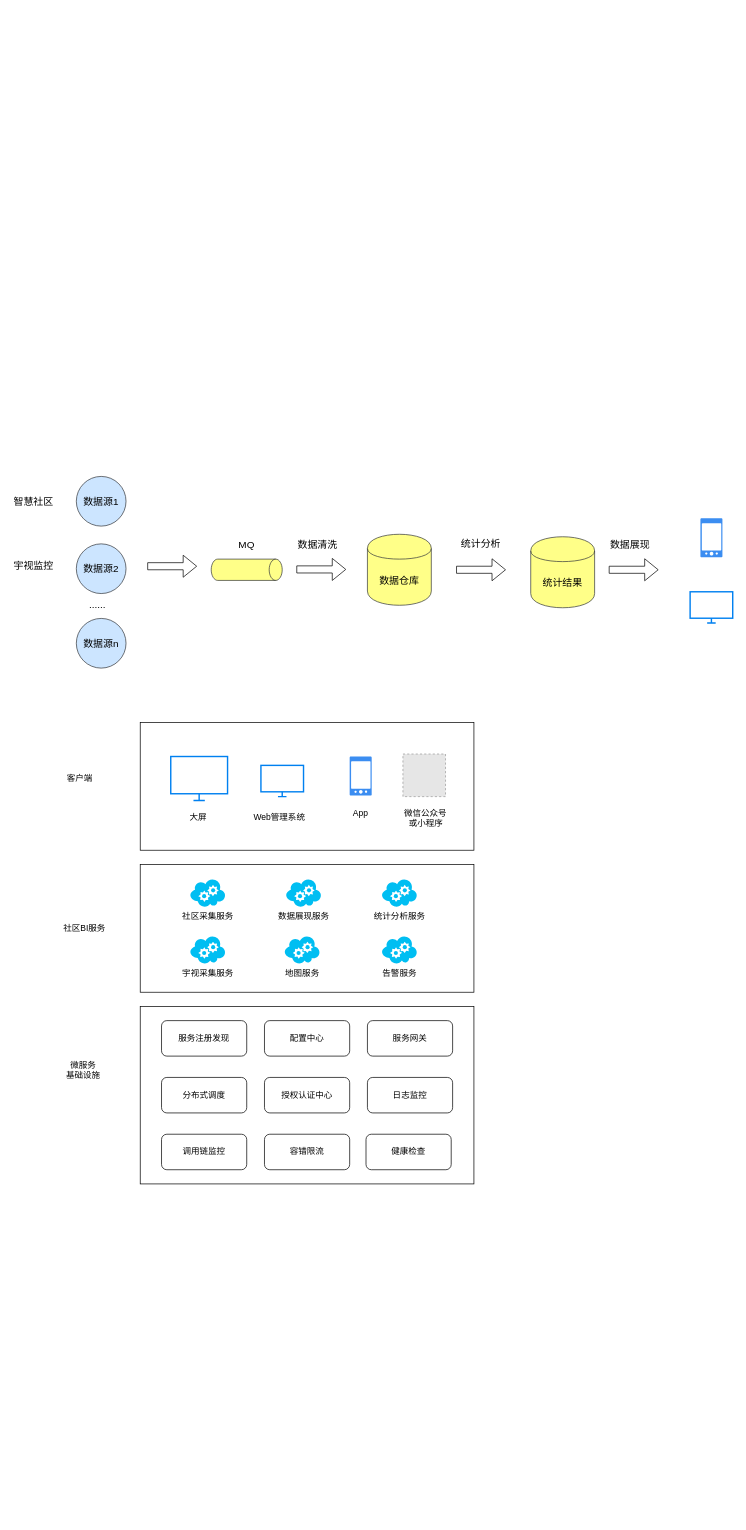
This is page "Page-2" (2 of 2) of gongan.drawio from jeffmacn/myjava, a draw.io file, before an edit. Source tidied: cells renumbered, new cells numbered last; positions are measured from the earlier drawing's top-left corner, leaving out a move shared by most shapes. Both pictures are drawn from the tidied source at 71%, with x=0, y=0 at pixel (12, 476). Pictures stored in the file or linked from it are replaced by grey dashed boxes.
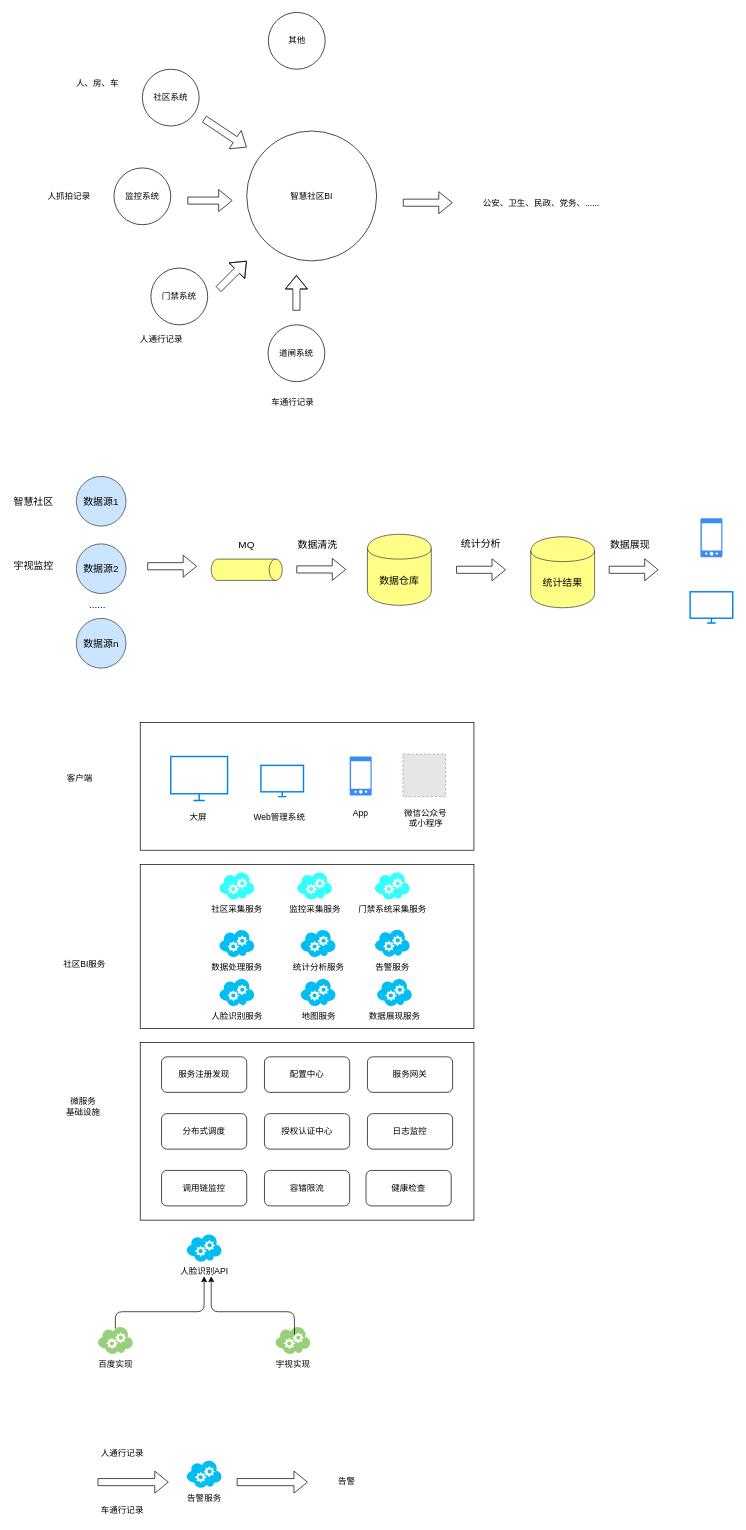
The same page after the edit.

Diff of the diagram source:
```diff
@@
     <mxCell id="2" style="rounded=0;whiteSpace=wrap;html=1;" parent="1" vertex="1">
-      <mxGeometry x="180" y="546" width="470" height="180" as="geometry" />
+      <mxGeometry x="180" y="546" width="470" height="231" as="geometry" />
     </mxCell>
@@
     <mxCell id="22" value="统计分析服务" style="verticalLabelPosition=bottom;html=1;verticalAlign=top;align=center;strokeColor=none;fillColor=#00BEF2;shape=mxgraph.azure.cloud_service;" parent="1" vertex="1">
-      <mxGeometry x="520" y="566" width="50" height="40" as="geometry" />
+      <mxGeometry x="405.5" y="637" width="50" height="40" as="geometry" />
     </mxCell>
-    <mxCell id="23" value="宇视采集服务" style="verticalLabelPosition=bottom;html=1;verticalAlign=top;align=center;strokeColor=none;fillColor=#00BEF2;shape=mxgraph.azure.cloud_service;" parent="1" vertex="1">
-      <mxGeometry x="250" y="646" width="50" height="40" as="geometry" />
+    <mxCell id="23" value="人脸识别服务" style="verticalLabelPosition=bottom;html=1;verticalAlign=top;align=center;strokeColor=none;fillColor=#00BEF2;shape=mxgraph.azure.cloud_service;" parent="1" vertex="1">
+      <mxGeometry x="291" y="706" width="50" height="40" as="geometry" />
     </mxCell>
     <mxCell id="24" value="数据展现服务&lt;br&gt;" style="verticalLabelPosition=bottom;html=1;verticalAlign=top;align=center;strokeColor=none;fillColor=#00BEF2;shape=mxgraph.azure.cloud_service;" parent="1" vertex="1">
-      <mxGeometry x="385" y="566" width="50" height="40" as="geometry" />
+      <mxGeometry x="513" y="706" width="50" height="40" as="geometry" />
     </mxCell>
     <mxCell id="25" value="告警服务" style="verticalLabelPosition=bottom;html=1;verticalAlign=top;align=center;strokeColor=none;fillColor=#00BEF2;shape=mxgraph.azure.cloud_service;" parent="1" vertex="1">
-      <mxGeometry x="520" y="646" width="50" height="40" as="geometry" />
+      <mxGeometry x="510" y="636.5" width="50" height="40" as="geometry" />
     </mxCell>
-    <mxCell id="26" value="社区采集服务" style="verticalLabelPosition=bottom;html=1;verticalAlign=top;align=center;strokeColor=none;fillColor=#00BEF2;shape=mxgraph.azure.cloud_service;" parent="1" vertex="1">
-      <mxGeometry x="250" y="566" width="50" height="40" as="geometry" />
+    <mxCell id="26" value="监控采集服务" style="verticalLabelPosition=bottom;html=1;verticalAlign=top;align=center;strokeColor=none;fillColor=#33FFFF;shape=mxgraph.azure.cloud_service;" parent="1" vertex="1">
+      <mxGeometry x="400.5" y="556" width="50" height="40" as="geometry" />
     </mxCell>
     <mxCell id="27" style="rounded=0;whiteSpace=wrap;html=1;" parent="1" vertex="1">
-      <mxGeometry x="180" y="746" width="470" height="250" as="geometry" />
+      <mxGeometry x="180" y="797" width="470" height="250" as="geometry" />
     </mxCell>
     <mxCell id="28" value="微服务&lt;br&gt;基础设施" style="text;html=1;strokeColor=none;fillColor=none;align=center;verticalAlign=middle;whiteSpace=wrap;rounded=0;" parent="1" vertex="1">
-      <mxGeometry x="60" y="826" width="80" height="20" as="geometry" />
+      <mxGeometry x="60" y="877" width="80" height="20" as="geometry" />
     </mxCell>
     <mxCell id="29" value="分布式调度" style="rounded=1;whiteSpace=wrap;html=1;" parent="1" vertex="1">
-      <mxGeometry x="210" y="846" width="120" height="50" as="geometry" />
+      <mxGeometry x="210" y="897" width="120" height="50" as="geometry" />
     </mxCell>
     <mxCell id="30" value="服务注册发现" style="rounded=1;whiteSpace=wrap;html=1;" parent="1" vertex="1">
-      <mxGeometry x="210" y="766" width="120" height="50" as="geometry" />
+      <mxGeometry x="210" y="817" width="120" height="50" as="geometry" />
     </mxCell>
     <mxCell id="31" value="配置中心" style="rounded=1;whiteSpace=wrap;html=1;" parent="1" vertex="1">
-      <mxGeometry x="355" y="766" width="120" height="50" as="geometry" />
+      <mxGeometry x="355" y="817" width="120" height="50" as="geometry" />
     </mxCell>
     <mxCell id="32" value="服务网关" style="rounded=1;whiteSpace=wrap;html=1;" parent="1" vertex="1">
-      <mxGeometry x="500" y="766" width="120" height="50" as="geometry" />
+      <mxGeometry x="500" y="817" width="120" height="50" as="geometry" />
     </mxCell>
     <mxCell id="33" value="授权认证中心" style="rounded=1;whiteSpace=wrap;html=1;" parent="1" vertex="1">
-      <mxGeometry x="355" y="846" width="120" height="50" as="geometry" />
+      <mxGeometry x="355" y="897" width="120" height="50" as="geometry" />
     </mxCell>
     <mxCell id="34" value="日志监控" style="rounded=1;whiteSpace=wrap;html=1;" parent="1" vertex="1">
-      <mxGeometry x="500" y="846" width="120" height="50" as="geometry" />
+      <mxGeometry x="500" y="897" width="120" height="50" as="geometry" />
     </mxCell>
     <mxCell id="35" value="社区BI服务" style="text;html=1;align=left;verticalAlign=top;spacingTop=-4;" parent="1" vertex="1">
-      <mxGeometry x="70" y="626" width="70" height="10" as="geometry" />
+      <mxGeometry x="70" y="677" width="70" height="10" as="geometry" />
     </mxCell>
     <mxCell id="36" value="地图服务" style="verticalLabelPosition=bottom;html=1;verticalAlign=top;align=center;strokeColor=none;fillColor=#00BEF2;shape=mxgraph.azure.cloud_service;" parent="1" vertex="1">
-      <mxGeometry x="383" y="646" width="50" height="40" as="geometry" />
+      <mxGeometry x="405.5" y="706" width="50" height="40" as="geometry" />
     </mxCell>
@@
     <mxCell id="47" value="调用链监控" style="rounded=1;whiteSpace=wrap;html=1;" parent="1" vertex="1">
-      <mxGeometry x="210" y="926" width="120" height="50" as="geometry" />
+      <mxGeometry x="210" y="977" width="120" height="50" as="geometry" />
     </mxCell>
     <mxCell id="48" value="容错限流" style="rounded=1;whiteSpace=wrap;html=1;" parent="1" vertex="1">
-      <mxGeometry x="355" y="926" width="120" height="50" as="geometry" />
+      <mxGeometry x="355" y="977" width="120" height="50" as="geometry" />
     </mxCell>
     <mxCell id="49" value="健康检查" style="rounded=1;whiteSpace=wrap;html=1;" parent="1" vertex="1">
-      <mxGeometry x="498" y="926" width="120" height="50" as="geometry" />
+      <mxGeometry x="498" y="977" width="120" height="50" as="geometry" />
     </mxCell>
+    <mxCell id="50" value="智慧社区BI" style="ellipse;whiteSpace=wrap;html=1;" parent="1" vertex="1">
+      <mxGeometry x="330" y="-487" width="183" height="183" as="geometry" />
+    </mxCell>
+    <mxCell id="51" value="社区系统" style="ellipse;whiteSpace=wrap;html=1;" parent="1" vertex="1">
+      <mxGeometry x="183" y="-574" width="80" height="80" as="geometry" />
+    </mxCell>
+    <mxCell id="52" value="监控系统" style="ellipse;whiteSpace=wrap;html=1;" parent="1" vertex="1">
+      <mxGeometry x="143" y="-435" width="80" height="80" as="geometry" />
+    </mxCell>
+    <mxCell id="53" value="门禁系统" style="ellipse;whiteSpace=wrap;html=1;" parent="1" vertex="1">
+      <mxGeometry x="195" y="-294" width="80" height="80" as="geometry" />
+    </mxCell>
+    <mxCell id="54" style="shape=flexArrow;endArrow=classic;html=1;" parent="1" edge="1">
+      <mxGeometry relative="1" as="geometry">
+        <mxPoint x="270" y="-504" as="sourcePoint" />
+        <mxPoint x="330" y="-464" as="targetPoint" />
+      </mxGeometry>
+    </mxCell>
+    <mxCell id="55" style="shape=flexArrow;endArrow=classic;html=1;" parent="1" edge="1">
+      <mxGeometry relative="1" as="geometry">
+        <mxPoint x="246.5" y="-389" as="sourcePoint" />
+        <mxPoint x="310" y="-389" as="targetPoint" />
+      </mxGeometry>
+    </mxCell>
+    <mxCell id="56" style="shape=flexArrow;endArrow=classic;html=1;" parent="1" edge="1">
+      <mxGeometry relative="1" as="geometry">
+        <mxPoint x="290" y="-264" as="sourcePoint" />
+        <mxPoint x="330" y="-304" as="targetPoint" />
+        <Array as="points">
+          <mxPoint x="310" y="-284" />
+        </Array>
+      </mxGeometry>
+    </mxCell>
+    <mxCell id="57" value="人脸识别API" style="verticalLabelPosition=bottom;html=1;verticalAlign=top;align=center;strokeColor=none;fillColor=#00BEF2;shape=mxgraph.azure.cloud_service;" parent="1" vertex="1">
+      <mxGeometry x="245" y="1066" width="50" height="40" as="geometry" />
+    </mxCell>
+    <mxCell id="58" value="百度实现" style="verticalLabelPosition=bottom;html=1;verticalAlign=top;align=center;strokeColor=none;fillColor=#97D077;shape=mxgraph.azure.cloud_service;" parent="1" vertex="1">
+      <mxGeometry x="120" y="1196" width="50" height="40" as="geometry" />
+    </mxCell>
+    <mxCell id="59" value="宇视实现" style="verticalLabelPosition=bottom;html=1;verticalAlign=top;align=center;strokeColor=none;fillColor=#97D077;shape=mxgraph.azure.cloud_service;" parent="1" vertex="1">
+      <mxGeometry x="370" y="1196" width="50" height="40" as="geometry" />
+    </mxCell>
+    <mxCell id="60" value="社区采集服务" style="verticalLabelPosition=bottom;html=1;verticalAlign=top;align=center;strokeColor=none;fillColor=#33FFFF;shape=mxgraph.azure.cloud_service;" parent="1" vertex="1">
+      <mxGeometry x="291" y="556" width="50" height="40" as="geometry" />
+    </mxCell>
+    <mxCell id="61" value="门禁系统采集服务" style="verticalLabelPosition=bottom;html=1;verticalAlign=top;align=center;strokeColor=none;fillColor=#33FFFF;shape=mxgraph.azure.cloud_service;" parent="1" vertex="1">
+      <mxGeometry x="510" y="556" width="50" height="40" as="geometry" />
+    </mxCell>
+    <mxCell id="62" value="数据处理服务" style="verticalLabelPosition=bottom;html=1;verticalAlign=top;align=center;strokeColor=none;fillColor=#00BEF2;shape=mxgraph.azure.cloud_service;" parent="1" vertex="1">
+      <mxGeometry x="291" y="637" width="50" height="40" as="geometry" />
+    </mxCell>
+    <mxCell id="63" value="告警服务" style="verticalLabelPosition=bottom;html=1;verticalAlign=top;align=center;strokeColor=none;fillColor=#00BEF2;shape=mxgraph.azure.cloud_service;" parent="1" vertex="1">
+      <mxGeometry x="245" y="1384.5" width="50" height="40" as="geometry" />
+    </mxCell>
+    <mxCell id="64" value="道闸系统" style="ellipse;whiteSpace=wrap;html=1;" parent="1" vertex="1">
+      <mxGeometry x="360" y="-214" width="80" height="80" as="geometry" />
+    </mxCell>
+    <mxCell id="65" style="shape=flexArrow;endArrow=classic;html=1;" parent="1" edge="1">
+      <mxGeometry relative="1" as="geometry">
+        <mxPoint x="400" y="-234" as="sourcePoint" />
+        <mxPoint x="400" y="-284" as="targetPoint" />
+        <Array as="points">
+          <mxPoint x="400" y="-264" />
+        </Array>
+      </mxGeometry>
+    </mxCell>
+    <mxCell id="66" value="人通行记录" style="text;html=1;strokeColor=none;fillColor=none;align=center;verticalAlign=middle;whiteSpace=wrap;rounded=0;" parent="1" vertex="1">
+      <mxGeometry x="170" y="-204" width="80" height="20" as="geometry" />
+    </mxCell>
+    <mxCell id="67" value="车通行记录" style="text;html=1;strokeColor=none;fillColor=none;align=center;verticalAlign=middle;whiteSpace=wrap;rounded=0;" parent="1" vertex="1">
+      <mxGeometry x="355" y="-114" width="80" height="20" as="geometry" />
+    </mxCell>
+    <mxCell id="68" value="人抓拍记录" style="text;html=1;strokeColor=none;fillColor=none;align=center;verticalAlign=middle;whiteSpace=wrap;rounded=0;" parent="1" vertex="1">
+      <mxGeometry x="40" y="-405.5" width="80" height="20" as="geometry" />
+    </mxCell>
+    <mxCell id="69" value="人、房、车" style="text;html=1;strokeColor=none;fillColor=none;align=center;verticalAlign=middle;whiteSpace=wrap;rounded=0;" parent="1" vertex="1">
+      <mxGeometry x="80" y="-564" width="80" height="20" as="geometry" />
+    </mxCell>
+    <mxCell id="70" value="人通行记录" style="text;html=1;strokeColor=none;fillColor=none;align=center;verticalAlign=middle;whiteSpace=wrap;rounded=0;" parent="1" vertex="1">
+      <mxGeometry x="115" y="1364.5" width="80" height="20" as="geometry" />
+    </mxCell>
+    <mxCell id="71" style="shape=flexArrow;endArrow=classic;html=1;" parent="1" edge="1">
+      <mxGeometry relative="1" as="geometry">
+        <mxPoint x="120" y="1416" as="sourcePoint" />
+        <mxPoint x="220" y="1416" as="targetPoint" />
+      </mxGeometry>
+    </mxCell>
+    <mxCell id="72" value="车通行记录" style="text;html=1;strokeColor=none;fillColor=none;align=center;verticalAlign=middle;whiteSpace=wrap;rounded=0;" parent="1" vertex="1">
+      <mxGeometry x="115" y="1446" width="80" height="20" as="geometry" />
+    </mxCell>
+    <mxCell id="73" style="shape=flexArrow;endArrow=classic;html=1;" parent="1" edge="1">
+      <mxGeometry relative="1" as="geometry">
+        <mxPoint x="316" y="1416" as="sourcePoint" />
+        <mxPoint x="416" y="1416" as="targetPoint" />
+      </mxGeometry>
+    </mxCell>
+    <mxCell id="74" value="告警" style="text;html=1;strokeColor=none;fillColor=none;align=center;verticalAlign=middle;whiteSpace=wrap;rounded=0;" parent="1" vertex="1">
+      <mxGeometry x="451" y="1405" width="40" height="20" as="geometry" />
+    </mxCell>
+    <mxCell id="75" style="shape=flexArrow;endArrow=classic;html=1;" parent="1" edge="1">
+      <mxGeometry relative="1" as="geometry">
+        <mxPoint x="550" y="-386" as="sourcePoint" />
+        <mxPoint x="620" y="-386" as="targetPoint" />
+      </mxGeometry>
+    </mxCell>
+    <mxCell id="76" value="公安、卫生、民政、党务、......" style="text;html=1;strokeColor=none;fillColor=none;align=center;verticalAlign=middle;whiteSpace=wrap;rounded=0;" parent="1" vertex="1">
+      <mxGeometry x="650" y="-395" width="190" height="20" as="geometry" />
+    </mxCell>
+    <mxCell id="77" value="其他" style="ellipse;whiteSpace=wrap;html=1;" parent="1" vertex="1">
+      <mxGeometry x="360.5" y="-654" width="80" height="80" as="geometry" />
+    </mxCell>
+    <mxCell id="78" style="endArrow=classic;html=1;exitX=0.5;exitY=0.09;exitDx=0;exitDy=0;exitPerimeter=0;" parent="1" edge="1" source="58">
+      <mxGeometry relative="1" as="geometry">
+        <mxPoint x="270" y="1126" as="targetPoint" />
+        <Array as="points">
+          <mxPoint x="145" y="1176" />
+          <mxPoint x="270" y="1176" />
+        </Array>
+      </mxGeometry>
+    </mxCell>
+    <mxCell id="79" style="endArrow=classic;html=1;exitX=0.547;exitY=0.321;exitDx=0;exitDy=0;exitPerimeter=0;" parent="1" edge="1" source="59">
+      <mxGeometry relative="1" as="geometry">
+        <mxPoint x="280" y="1126" as="targetPoint" />
+        <Array as="points">
+          <mxPoint x="397" y="1176" />
+          <mxPoint x="280" y="1176" />
+        </Array>
+      </mxGeometry>
+    </mxCell>
```
